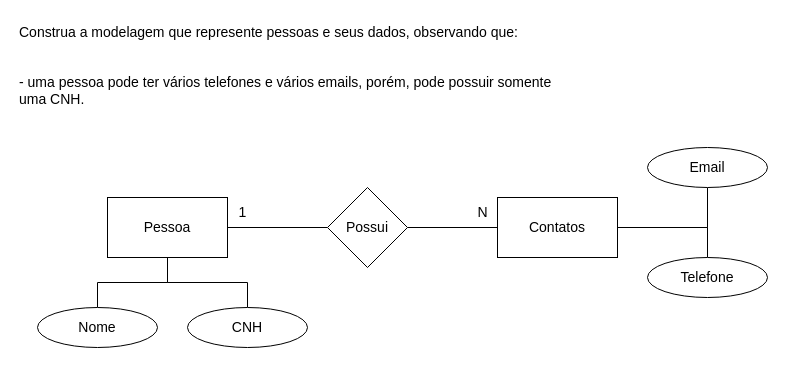
The draw.io diagram 2-Semestre/Banco-De-Dados/MER/exercicios/1_1/ex_1_1.drawio in Murilo-SouzaAlmeida/curso, before the edit. Source tidied: cells renumbered, new cells numbered last; positions are measured from the earlier drawing's top-left corner, leaving out a move shared by most shapes. Both pictures are drawn from the tidied source at 100%, with x=0, y=0 at pixel (17, 17).
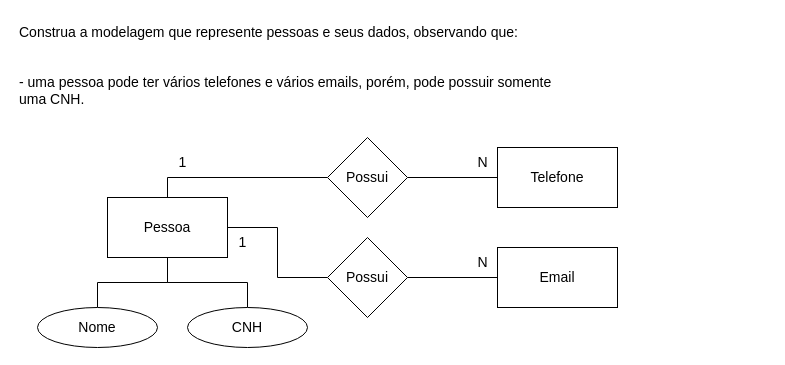
After the change.

What changed in the source:
```diff
@@
 <mxGraphModel>
   <root>
     <mxCell id="0" />
     <mxCell id="1" parent="0" />
-    <mxCell id="2" style="edgeStyle=orthogonalEdgeStyle;rounded=0;jettySize=auto;html=1;entryX=0;entryY=0.5;entryDx=0;entryDy=0;endArrow=none;endFill=0;" parent="1" edge="1" source="5" target="8">
+    <mxCell id="2" style="edgeStyle=orthogonalEdgeStyle;rounded=0;jettySize=auto;html=1;entryX=0;entryY=0.5;entryDx=0;entryDy=0;endArrow=none;endFill=0;exitX=0.5;exitY=0;exitDx=0;exitDy=0;" parent="1" edge="1" source="5" target="8">
       <mxGeometry relative="1" as="geometry" />
     </mxCell>
     <mxCell id="3" style="edgeStyle=orthogonalEdgeStyle;rounded=0;jettySize=auto;html=1;endArrow=none;endFill=0;" parent="1" edge="1" source="5" target="15">
       <mxGeometry relative="1" as="geometry" />
     </mxCell>
     <mxCell id="4" style="edgeStyle=orthogonalEdgeStyle;rounded=0;jettySize=auto;html=1;exitX=0.5;exitY=1;exitDx=0;exitDy=0;entryX=0.5;entryY=0;entryDx=0;entryDy=0;endArrow=none;endFill=0;" parent="1" edge="1" source="5" target="12">
       <mxGeometry relative="1" as="geometry" />
     </mxCell>
     <mxCell id="5" value="&lt;font style=&quot;font-size: 14px;&quot;&gt;Pessoa&lt;/font&gt;" style="rounded=0;whiteSpace=wrap;html=1;" parent="1" vertex="1">
       <mxGeometry x="90" y="180" width="120" height="60" as="geometry" />
     </mxCell>
     <mxCell id="6" value="Construa a modelagem que represente pessoas e seus dados, observando que:&#10;&#10;&#10;- uma pessoa pode ter vários telefones e vários emails, porém, pode possuir somente uma CNH." style="text;whiteSpace=wrap;fontSize=14;" parent="1" vertex="1">
       <mxGeometry width="560" height="80" as="geometry" />
     </mxCell>
     <mxCell id="7" style="edgeStyle=orthogonalEdgeStyle;rounded=0;jettySize=auto;html=1;exitX=1;exitY=0.5;exitDx=0;exitDy=0;endArrow=none;endFill=0;" parent="1" edge="1" source="8" target="11">
       <mxGeometry relative="1" as="geometry" />
     </mxCell>
     <mxCell id="8" value="&lt;font style=&quot;font-size: 14px;&quot;&gt;Possui&lt;/font&gt;" style="rhombus;whiteSpace=wrap;html=1;" parent="1" vertex="1">
-      <mxGeometry x="310" y="170" width="80" height="80" as="geometry" />
+      <mxGeometry x="310" y="120" width="80" height="80" as="geometry" />
     </mxCell>
-    <mxCell id="9" style="edgeStyle=orthogonalEdgeStyle;rounded=0;jettySize=auto;html=1;entryX=0.5;entryY=1;entryDx=0;entryDy=0;endArrow=none;endFill=0;" parent="1" edge="1" source="11" target="14">
-      <mxGeometry relative="1" as="geometry" />
-    </mxCell>
-    <mxCell id="10" style="edgeStyle=orthogonalEdgeStyle;rounded=0;jettySize=auto;html=1;entryX=0.5;entryY=0;entryDx=0;entryDy=0;endArrow=none;endFill=0;" parent="1" edge="1" source="11" target="13">
-      <mxGeometry relative="1" as="geometry" />
-    </mxCell>
-    <mxCell id="11" value="&lt;font style=&quot;font-size: 14px;&quot;&gt;Contatos&lt;/font&gt;" style="rounded=0;whiteSpace=wrap;html=1;" parent="1" vertex="1">
-      <mxGeometry x="480" y="180" width="120" height="60" as="geometry" />
+    <mxCell id="11" value="&lt;font style=&quot;font-size: 14px;&quot;&gt;Telefone&lt;/font&gt;" style="rounded=0;whiteSpace=wrap;html=1;" parent="1" vertex="1">
+      <mxGeometry x="480" y="130" width="120" height="60" as="geometry" />
     </mxCell>
     <mxCell id="12" value="&lt;font style=&quot;font-size: 14px;&quot;&gt;CNH&lt;/font&gt;" style="ellipse;whiteSpace=wrap;html=1;" parent="1" vertex="1">
       <mxGeometry x="170" y="290" width="120" height="40" as="geometry" />
     </mxCell>
-    <mxCell id="13" value="&lt;font style=&quot;font-size: 14px;&quot;&gt;Telefone&lt;/font&gt;" style="ellipse;whiteSpace=wrap;html=1;" parent="1" vertex="1">
-      <mxGeometry x="630" y="240" width="120" height="40" as="geometry" />
-    </mxCell>
-    <mxCell id="14" value="&lt;font style=&quot;font-size: 14px;&quot;&gt;Email&lt;/font&gt;" style="ellipse;whiteSpace=wrap;html=1;" parent="1" vertex="1">
-      <mxGeometry x="630" y="130" width="120" height="40" as="geometry" />
-    </mxCell>
     <mxCell id="15" value="&lt;font style=&quot;font-size: 14px;&quot;&gt;Nome&lt;/font&gt;" style="ellipse;whiteSpace=wrap;html=1;" parent="1" vertex="1">
       <mxGeometry x="20" y="290" width="120" height="40" as="geometry" />
     </mxCell>
     <mxCell id="16" value="&lt;font style=&quot;font-size: 14px;&quot;&gt;N&lt;/font&gt;" style="text;html=1;align=center;verticalAlign=middle;strokeColor=none;fillColor=none;" parent="1" vertex="1">
-      <mxGeometry x="450" y="180" width="30" height="30" as="geometry" />
+      <mxGeometry x="450" y="130" width="30" height="30" as="geometry" />
     </mxCell>
     <mxCell id="17" value="&lt;font style=&quot;font-size: 14px;&quot;&gt;1&lt;/font&gt;" style="text;html=1;align=center;verticalAlign=middle;strokeColor=none;fillColor=none;" parent="1" vertex="1">
-      <mxGeometry x="210" y="180" width="30" height="30" as="geometry" />
+      <mxGeometry x="150" y="130" width="30" height="30" as="geometry" />
     </mxCell>
+    <mxCell id="18" style="edgeStyle=orthogonalEdgeStyle;rounded=0;jettySize=auto;html=1;exitX=1;exitY=0.5;exitDx=0;exitDy=0;endArrow=none;endFill=0;" parent="1" edge="1" source="20" target="14">
+      <mxGeometry relative="1" as="geometry" />
+    </mxCell>
+    <mxCell id="19" style="edgeStyle=orthogonalEdgeStyle;rounded=0;jettySize=auto;html=1;entryX=1;entryY=0.5;entryDx=0;entryDy=0;endArrow=none;endFill=0;" parent="1" edge="1" source="20" target="5">
+      <mxGeometry relative="1" as="geometry" />
+    </mxCell>
+    <mxCell id="20" value="&lt;font style=&quot;font-size: 14px;&quot;&gt;Possui&lt;/font&gt;" style="rhombus;whiteSpace=wrap;html=1;" parent="1" vertex="1">
+      <mxGeometry x="310" y="220" width="80" height="80" as="geometry" />
+    </mxCell>
+    <mxCell id="14" value="&lt;font style=&quot;font-size: 14px;&quot;&gt;Email&lt;/font&gt;" style="rounded=0;whiteSpace=wrap;html=1;" parent="1" vertex="1">
+      <mxGeometry x="480" y="230" width="120" height="60" as="geometry" />
+    </mxCell>
+    <mxCell id="21" value="&lt;font style=&quot;font-size: 14px;&quot;&gt;N&lt;/font&gt;" style="text;html=1;align=center;verticalAlign=middle;strokeColor=none;fillColor=none;" parent="1" vertex="1">
+      <mxGeometry x="450" y="230" width="30" height="30" as="geometry" />
+    </mxCell>
+    <mxCell id="22" value="&lt;font style=&quot;font-size: 14px;&quot;&gt;1&lt;/font&gt;" style="text;html=1;align=center;verticalAlign=middle;strokeColor=none;fillColor=none;" parent="1" vertex="1">
+      <mxGeometry x="210" y="210" width="30" height="30" as="geometry" />
+    </mxCell>
   </root>
 </mxGraphModel>
```
